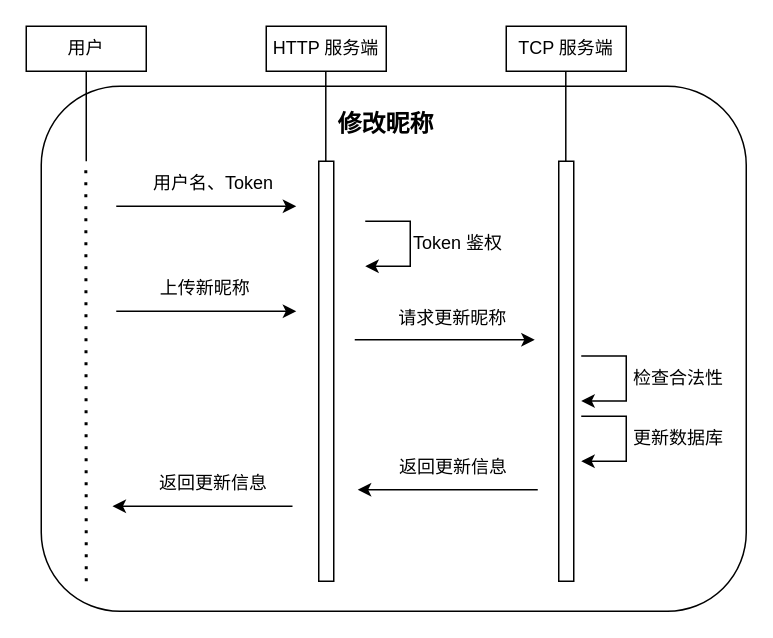
Before: 文档材料/更改昵称.drawio in DingYuan0118/et_task, a draw.io diagram. Source tidied: cells renumbered, new cells numbered last; positions are measured from the earlier drawing's top-left corner, leaving out a move shared by most shapes. Both pictures are drawn from the tidied source at 150%, with x=0, y=0 at pixel (26, 26).
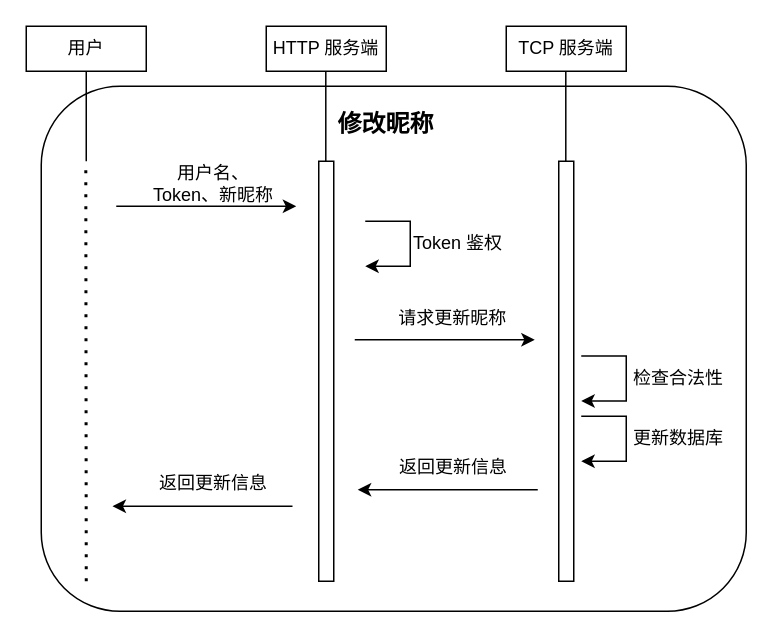
The same diagram, later.

The edit, as a diff of the source:
```diff
@@
-    <mxCell id="14" value="用户名、Token" style="text;html=1;strokeColor=none;fillColor=none;align=center;verticalAlign=middle;whiteSpace=wrap;rounded=0;" parent="1" vertex="1">
+    <mxCell id="14" value="用户名、Token、新昵称" style="text;html=1;strokeColor=none;fillColor=none;align=center;verticalAlign=middle;whiteSpace=wrap;rounded=0;" parent="1" vertex="1">
       <mxGeometry x="80" y="90" width="90" height="30" as="geometry" />
     </mxCell>
@@
-    <mxCell id="27" style="endArrow=classic;html=1;rounded=0;" parent="1" edge="1">
-      <mxGeometry relative="1" as="geometry">
-        <mxPoint x="60" y="190" as="sourcePoint" />
-        <mxPoint x="180" y="190" as="targetPoint" />
-      </mxGeometry>
-    </mxCell>
-    <mxCell id="28" value="上传新昵称" style="text;html=1;strokeColor=none;fillColor=none;align=center;verticalAlign=middle;whiteSpace=wrap;rounded=0;dashed=1;" parent="1" vertex="1">
-      <mxGeometry x="87.5" y="160" width="62.5" height="30" as="geometry" />
-    </mxCell>
```
